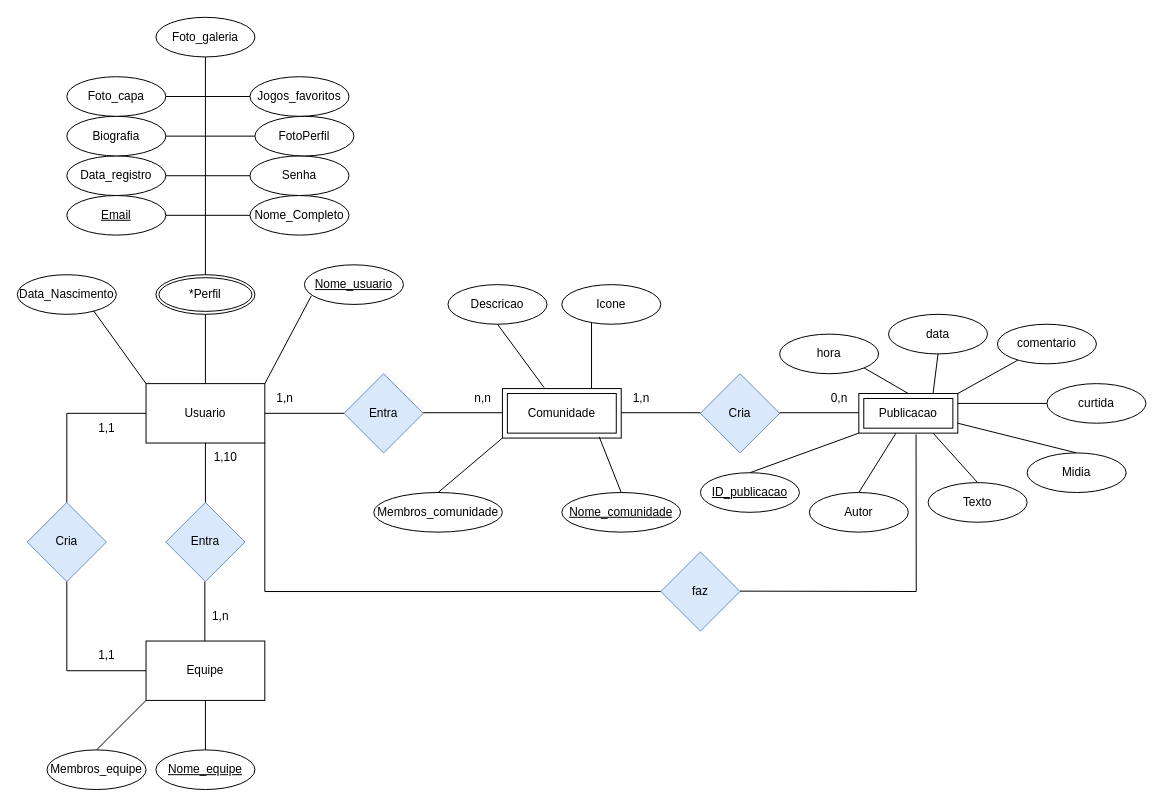
This is Diagrama sem nome.drawio from shigerysasaki/Estudos, a draw.io file, before an edit. Source tidied: cells renumbered, new cells numbered last; positions are measured from the earlier drawing's top-left corner, leaving out a move shared by most shapes. Both pictures are drawn from the tidied source at 99%, with x=0, y=0 at pixel (17, 17).
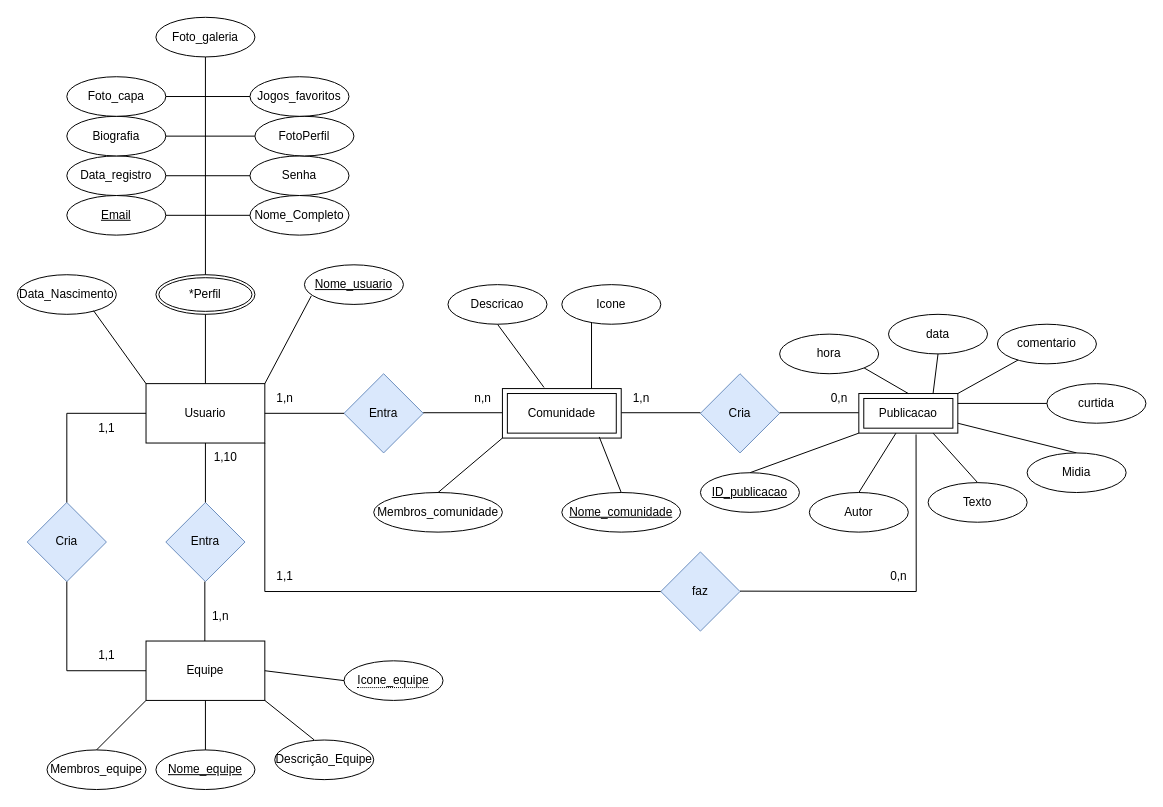
After the change.

The change refers to these unchanged cells:
```xml
<mxCell id="3" value="Equipe" style="rounded=0;whiteSpace=wrap;html=1;" parent="1" vertex="1">
  <mxGeometry x="130" y="630" width="120" height="60" as="geometry" />
</mxCell>
```

Change to the diagram source:
```diff
@@
+    <mxCell id="76" style="endArrow=none;html=1;rounded=0;exitX=1;exitY=1;exitDx=0;exitDy=0;" parent="1" edge="1" source="3">
+      <mxGeometry relative="1" as="geometry">
+        <mxPoint x="300" y="730" as="targetPoint" />
+      </mxGeometry>
+    </mxCell>
+    <mxCell id="77" value="Descrição_Equipe" style="ellipse;whiteSpace=wrap;html=1;align=center;" parent="1" vertex="1">
+      <mxGeometry x="260" y="730" width="100" height="40" as="geometry" />
+    </mxCell>
+    <mxCell id="78" value="&lt;span style=&quot;border-bottom: 1px dotted&quot;&gt;Icone_equipe&lt;/span&gt;" style="ellipse;whiteSpace=wrap;html=1;align=center;" parent="1" vertex="1">
+      <mxGeometry x="330" y="650" width="100" height="40" as="geometry" />
+    </mxCell>
+    <mxCell id="79" style="endArrow=none;html=1;rounded=0;exitX=1;exitY=0.5;exitDx=0;exitDy=0;entryX=0;entryY=0.5;entryDx=0;entryDy=0;" parent="1" edge="1" source="3" target="78">
+      <mxGeometry relative="1" as="geometry" />
+    </mxCell>
+    <mxCell id="80" value="0,n" style="text;html=1;align=center;verticalAlign=middle;strokeColor=none;fillColor=none;" parent="1" vertex="1">
+      <mxGeometry x="870" y="550" width="40" height="30" as="geometry" />
+    </mxCell>
+    <mxCell id="81" value="1,1" style="text;html=1;align=center;verticalAlign=middle;strokeColor=none;fillColor=none;" parent="1" vertex="1">
+      <mxGeometry x="250" y="550" width="40" height="30" as="geometry" />
+    </mxCell>
```
